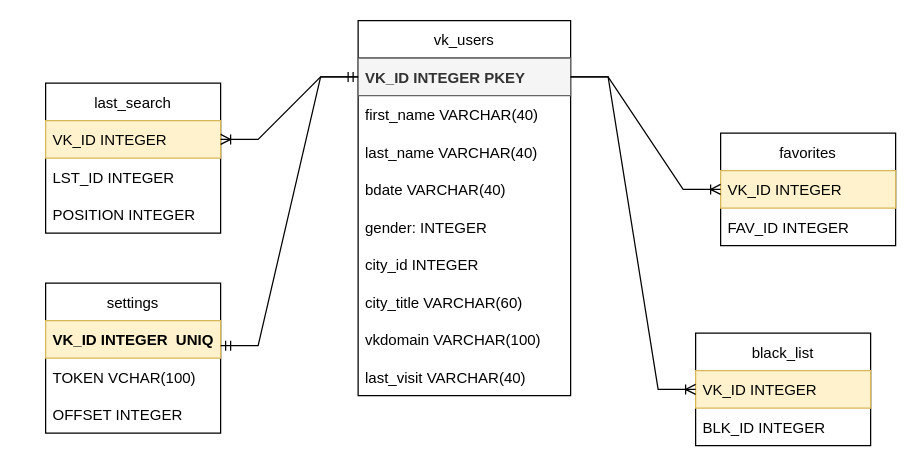
Before: docs/DB_Vkinter.drawio in aos1974/VKinter, a draw.io diagram. Source tidied: cells renumbered, new cells numbered last; positions are measured from the earlier drawing's top-left corner, leaving out a move shared by most shapes. Both pictures are drawn from the tidied source at 125%, with x=0, y=0 at pixel (45, 20).
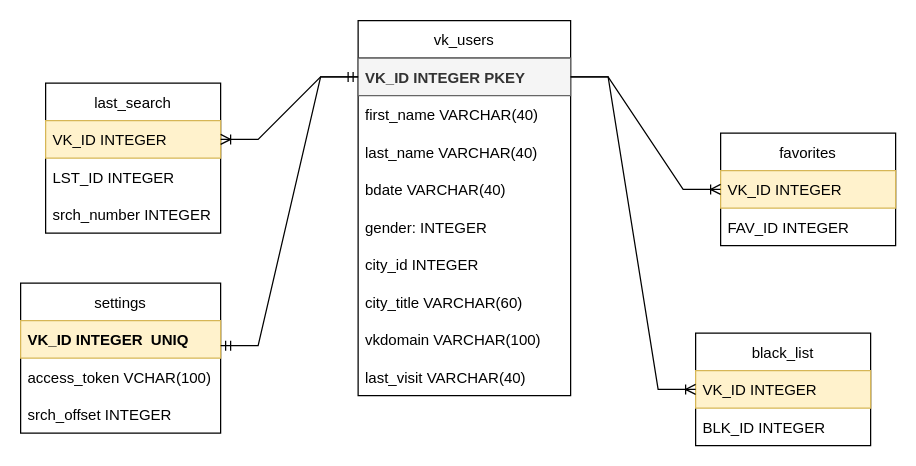
Above is the later version.

Unchanged cells that the change refers to:
```xml
<mxCell id="19" value="last_search" style="swimlane;fontStyle=0;horizontal=1;startSize=30;" parent="1" vertex="1">
  <mxGeometry y="50" width="140" height="120" as="geometry" />
</mxCell>
```

Diff of the diagram source:
```diff
@@
-    <mxCell id="22" value="POSITION INTEGER" style="text;strokeColor=none;fillColor=none;align=left;verticalAlign=middle;spacingLeft=4;spacingRight=4;overflow=hidden;" parent="19" vertex="1">
+    <mxCell id="22" value="srch_number INTEGER" style="text;strokeColor=none;fillColor=none;align=left;verticalAlign=middle;spacingLeft=4;spacingRight=4;overflow=hidden;" parent="19" vertex="1">
       <mxGeometry y="90" width="140" height="30" as="geometry" />
     </mxCell>
@@
     <mxCell id="25" value="settings" style="swimlane;fontStyle=0;horizontal=1;startSize=30;" parent="1" vertex="1">
-      <mxGeometry y="210" width="140" height="120" as="geometry" />
+      <mxGeometry x="-20" y="210" width="160" height="120" as="geometry" />
     </mxCell>
     <mxCell id="26" value="VK_ID INTEGER  UNIQ" style="text;strokeColor=#d6b656;fillColor=#fff2cc;align=left;verticalAlign=middle;spacingLeft=4;spacingRight=4;overflow=hidden;points=[[0,0.5],[1,0.5]];portConstraint=eastwest;fontStyle=1;" parent="25" vertex="1">
-      <mxGeometry y="30" width="140" height="30" as="geometry" />
+      <mxGeometry y="30" width="160" height="30" as="geometry" />
     </mxCell>
-    <mxCell id="27" value="TOKEN VCHAR(100)" style="text;strokeColor=none;fillColor=none;align=left;verticalAlign=middle;spacingLeft=4;spacingRight=4;overflow=hidden;" parent="25" vertex="1">
-      <mxGeometry y="60" width="140" height="30" as="geometry" />
+    <mxCell id="27" value="access_token VCHAR(100)" style="text;strokeColor=none;fillColor=none;align=left;verticalAlign=middle;spacingLeft=4;spacingRight=4;overflow=hidden;" parent="25" vertex="1">
+      <mxGeometry y="60" width="160" height="30" as="geometry" />
     </mxCell>
-    <mxCell id="28" value="OFFSET INTEGER" style="text;strokeColor=none;fillColor=none;align=left;verticalAlign=middle;spacingLeft=4;spacingRight=4;overflow=hidden;" parent="25" vertex="1">
-      <mxGeometry y="90" width="140" height="30" as="geometry" />
+    <mxCell id="28" value="srch_offset INTEGER" style="text;strokeColor=none;fillColor=none;align=left;verticalAlign=middle;spacingLeft=4;spacingRight=4;overflow=hidden;" parent="25" vertex="1">
+      <mxGeometry y="90" width="160" height="30" as="geometry" />
     </mxCell>
```
